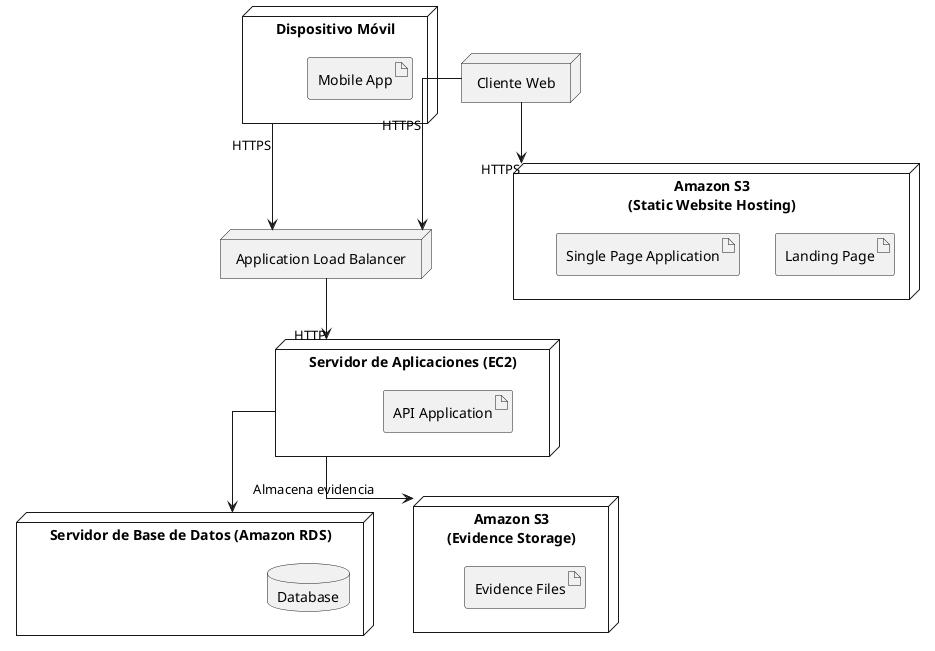
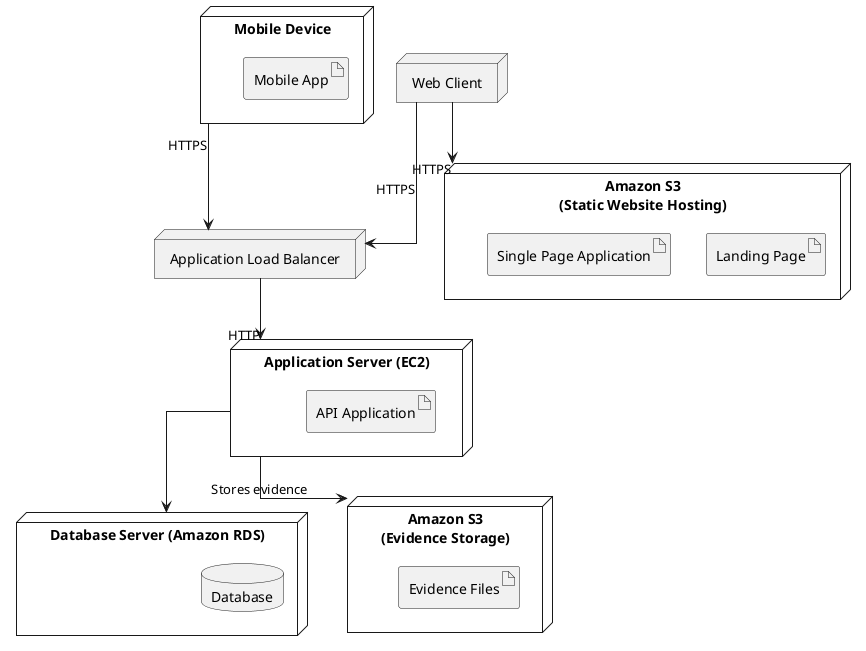
@startuml ""
skinparam linetype ortho

- node "Cliente Web" as ClienteWeb
+ node "Web Client" as WebClient

- node "Dispositivo Móvil" as DispositivoMovil {
+ node "Mobile Device" as MobileDevice {
  artifact "Mobile App" as MobileApp
}

node "Amazon S3\n(Static Website Hosting)" as S3Static {
  artifact "Landing Page" as LandingPage
  artifact "Single Page Application" as SPA
}

node "Application Load Balancer" as ALB

- node "Servidor de Aplicaciones (EC2)" as ServidorAplicaciones {
+ node "Application Server (EC2)" as ApplicationServer {
  artifact "API Application" as APIApplication
}

- node "Servidor de Base de Datos (Amazon RDS)" as ServidorBaseDeDatos {
+ node "Database Server (Amazon RDS)" as DatabaseServer {
  database "Database" as Database
}

node "Amazon S3\n(Evidence Storage)" as S3Evidence {
  artifact "Evidence Files" as EvidenceFiles
}

- ClienteWeb --> S3Static : HTTPS
- ClienteWeb --> ALB : HTTPS
- DispositivoMovil --> ALB : HTTPS
- ALB --> ServidorAplicaciones : HTTP
- ServidorAplicaciones --> ServidorBaseDeDatos
- ServidorAplicaciones --> S3Evidence : Almacena evidencia
+ WebClient --> S3Static : HTTPS
+ WebClient --> ALB : HTTPS
+ MobileDevice --> ALB : HTTPS
+ ALB --> ApplicationServer : HTTP
+ ApplicationServer --> DatabaseServer
+ ApplicationServer --> S3Evidence : Stores evidence

@enduml
